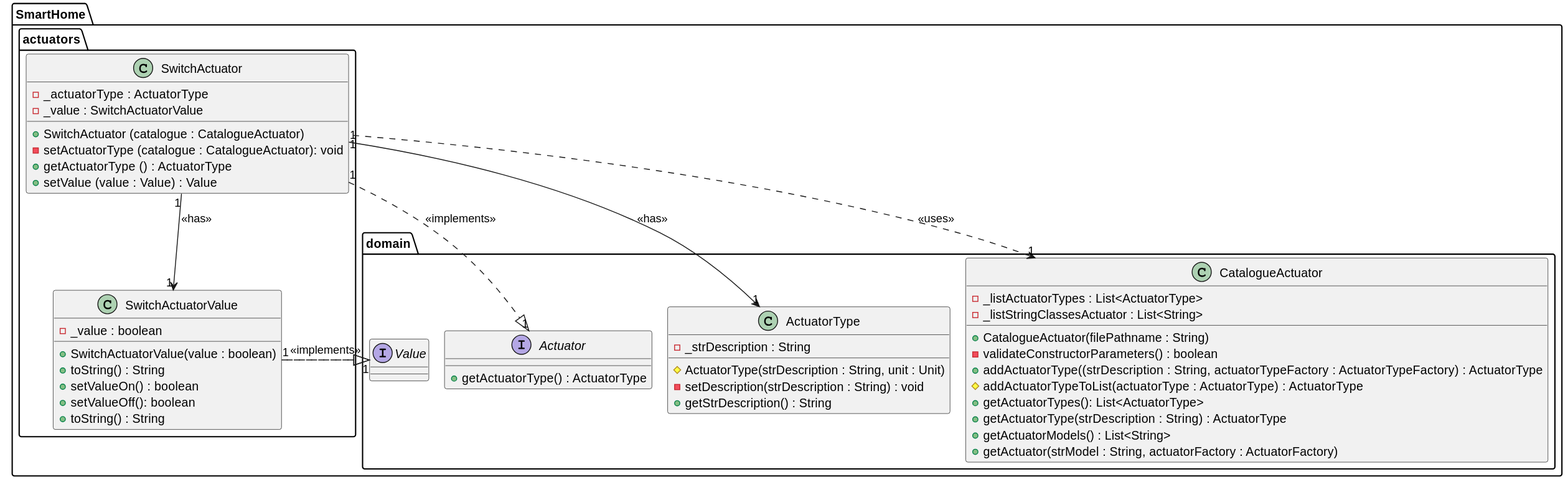
Earlier version of the PlantUML export docs/userStories/us013/01.requirements-engineering/diagrams/classDiagram.svg (olivDiogo/SmartHome).
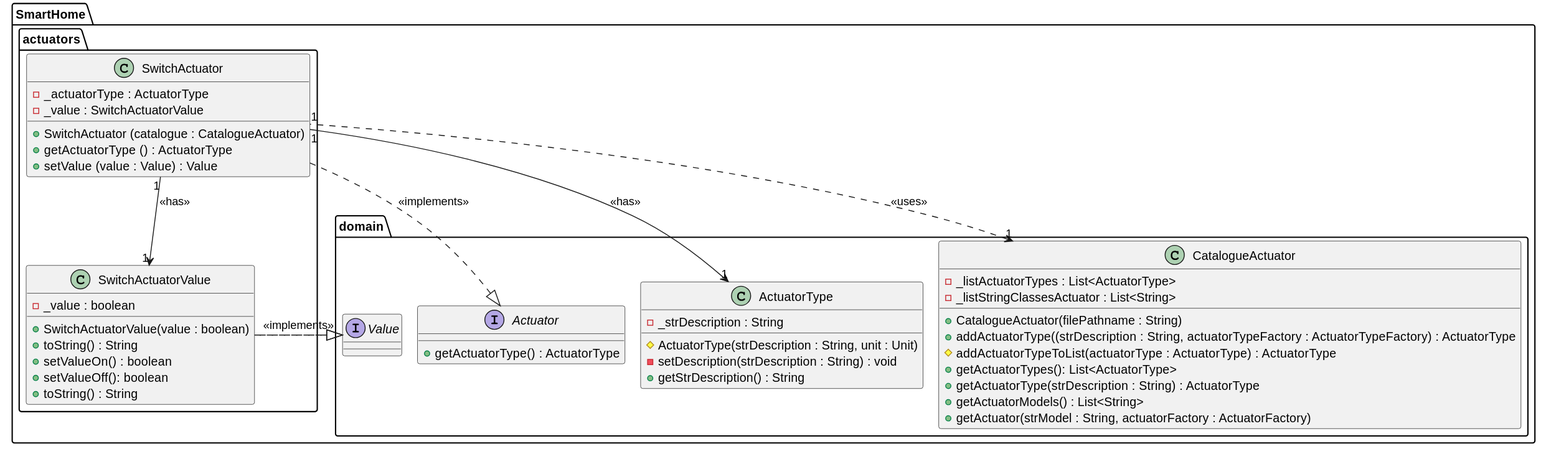
The same diagram one commit later.

Diff of the diagram source:
```diff
@@ -8,7 +8,6 @@
         - _value : SwitchActuatorValue
 
         +SwitchActuator (catalogue : CatalogueActuator)
-        -setActuatorType (catalogue : CatalogueActuator): void
         +getActuatorType () : ActuatorType
         +setValue (value : Value) : Value
     }
@@ -47,7 +46,6 @@
     - _listStringClassesActuator : List<String>
 
     +CatalogueActuator(filePathname : String)
-    -validateConstructorParameters() : boolean
     +addActuatorType((strDescription : String, actuatorTypeFactory : ActuatorTypeFactory) : ActuatorType
     #addActuatorTypeToList(actuatorType : ActuatorType) : ActuatorType
     +getActuatorTypes(): List<ActuatorType>
@@ -57,9 +55,9 @@
     }
 }
 
-SmartHome.actuators.SwitchActuator "1" ..|> "1" SmartHome.domain.Actuator : <<implements>>
+SmartHome.actuators.SwitchActuator ..|> SmartHome.domain.Actuator : <<implements>>
 SmartHome.actuators.SwitchActuator "1" --> "1" SmartHome.domain.ActuatorType : <<has>>
 SmartHome.actuators.SwitchActuator "1" --> "1" SmartHome.actuators.SwitchActuatorValue : <<has>>
 SmartHome.domain.CatalogueActuator "1" <.. "1" SmartHome.actuators.SwitchActuator : <<uses>>
-SmartHome.actuators.SwitchActuatorValue "1" ..|> "1" SmartHome.domain.Value : <<implements>>
+SmartHome.actuators.SwitchActuatorValue ..|> SmartHome.domain.Value : <<implements>>
 @enduml
```
